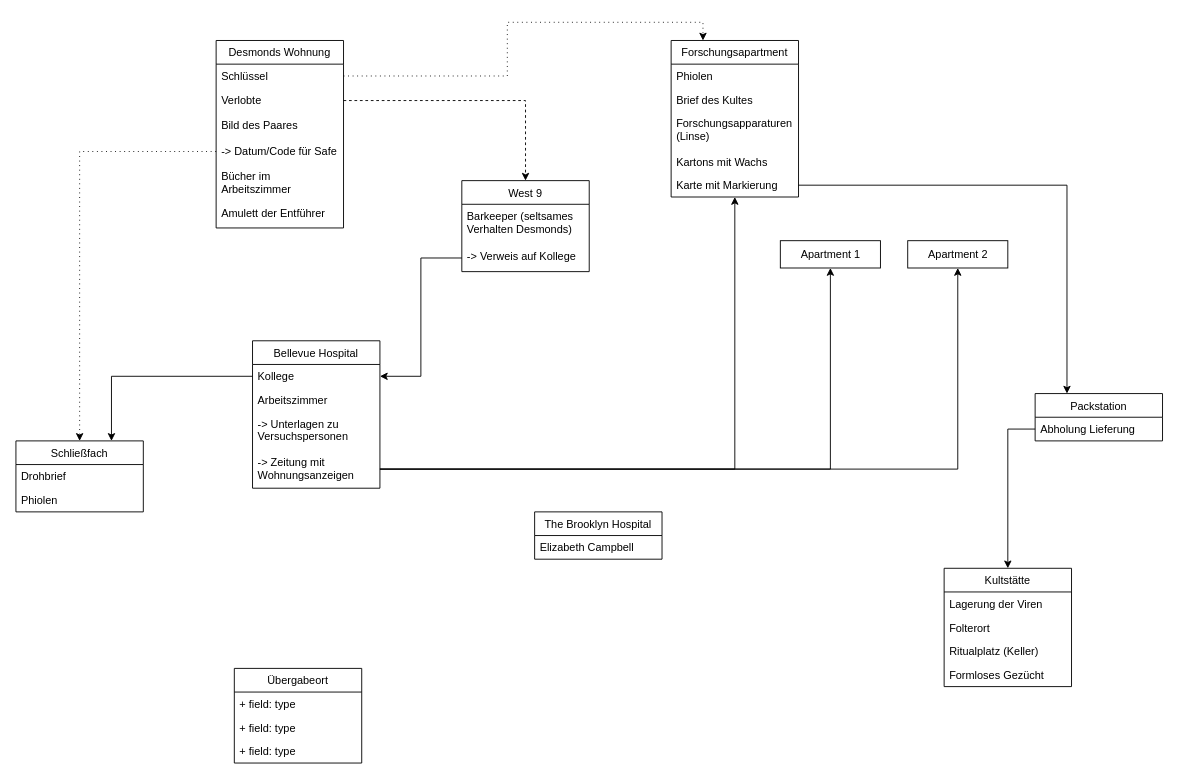
Earlier version of the draw.io diagram page "Hinweis-Map" (1 of 3) of Informationen.drawio (SasaSuppenknecht/WritingForFun). Source tidied: cells renumbered, new cells numbered last; positions are measured from the earlier drawing's top-left corner, leaving out a move shared by most shapes. Both pictures are drawn from the tidied source at 91%, with x=0, y=0 at pixel (15, 40).
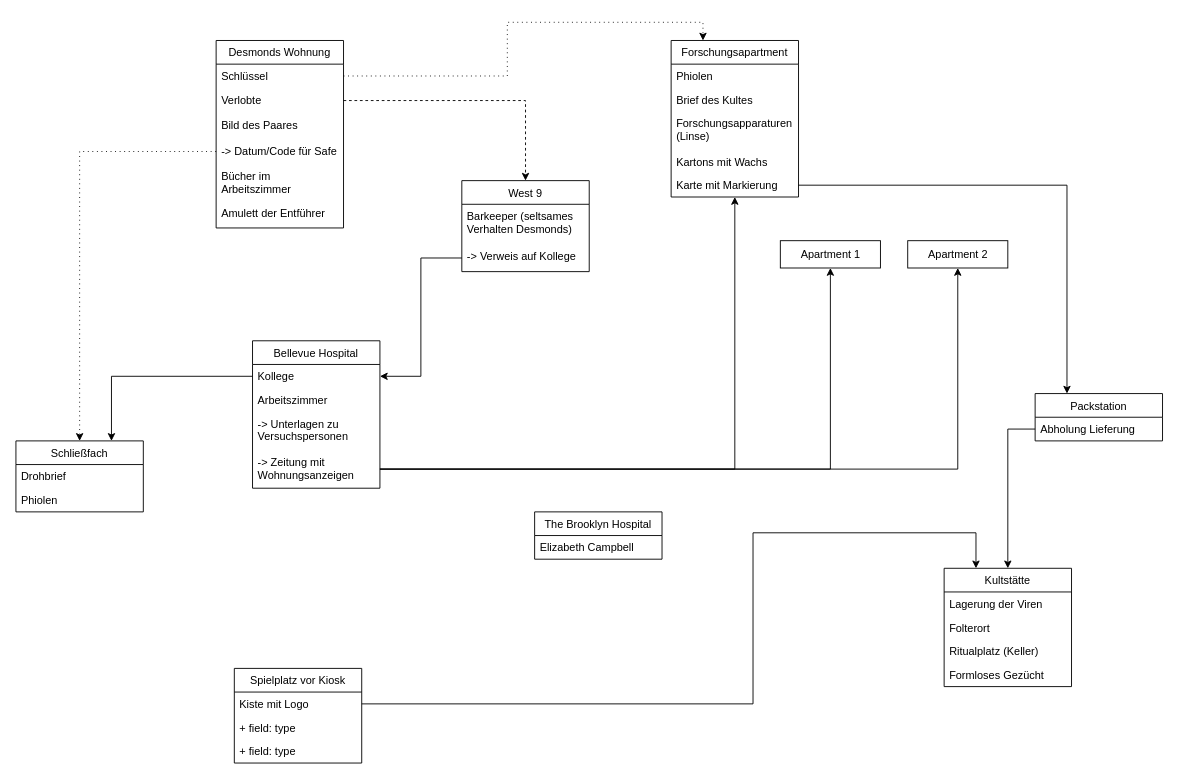
After the change.

Commit message (it also covers changes not shown here):
Forschungsapartment fertig

- Einführung des Ortes "Spielplatz am Kiosk"
- Krankenhaus in Arbeit

The change refers to these unchanged cells:
```xml
<mxCell id="19" value="Kultstätte" style="swimlane;fontStyle=0;horizontal=1;startSize=26;fillColor=none;" parent="1" vertex="1">
  <mxGeometry x="1020" y="580" width="140" height="130" as="geometry" />
</mxCell>
```

Change to the diagram source:
```diff
@@
-    <mxCell id="34" value="Übergabeort" style="swimlane;fontStyle=0;horizontal=1;startSize=26;fillColor=none;" parent="1" vertex="1">
+    <mxCell id="34" value="Spielplatz vor Kiosk" style="swimlane;fontStyle=0;horizontal=1;startSize=26;fillColor=none;" parent="1" vertex="1">
       <mxGeometry x="240" y="690" width="140" height="104" as="geometry" />
     </mxCell>
-    <mxCell id="35" value="+ field: type" style="text;strokeColor=none;fillColor=none;align=left;verticalAlign=top;spacingLeft=4;spacingRight=4;overflow=hidden;points=[[0,0.5],[1,0.5]];portConstraint=eastwest;" parent="34" vertex="1">
+    <mxCell id="35" value="Kiste mit Logo" style="text;strokeColor=none;fillColor=none;align=left;verticalAlign=top;spacingLeft=4;spacingRight=4;overflow=hidden;points=[[0,0.5],[1,0.5]];portConstraint=eastwest;" parent="34" vertex="1">
       <mxGeometry y="26" width="140" height="26" as="geometry" />
     </mxCell>
@@
+    <mxCell id="53" style="edgeStyle=orthogonalEdgeStyle;rounded=0;jettySize=auto;html=1;exitX=1;exitY=0.5;exitDx=0;exitDy=0;entryX=0.25;entryY=0;entryDx=0;entryDy=0;" parent="1" edge="1" source="35" target="19">
+      <mxGeometry relative="1" as="geometry">
+        <Array as="points">
+          <mxPoint x="810" y="729" />
+          <mxPoint x="810" y="541" />
+          <mxPoint x="1055" y="541" />
+        </Array>
+      </mxGeometry>
+    </mxCell>
```
